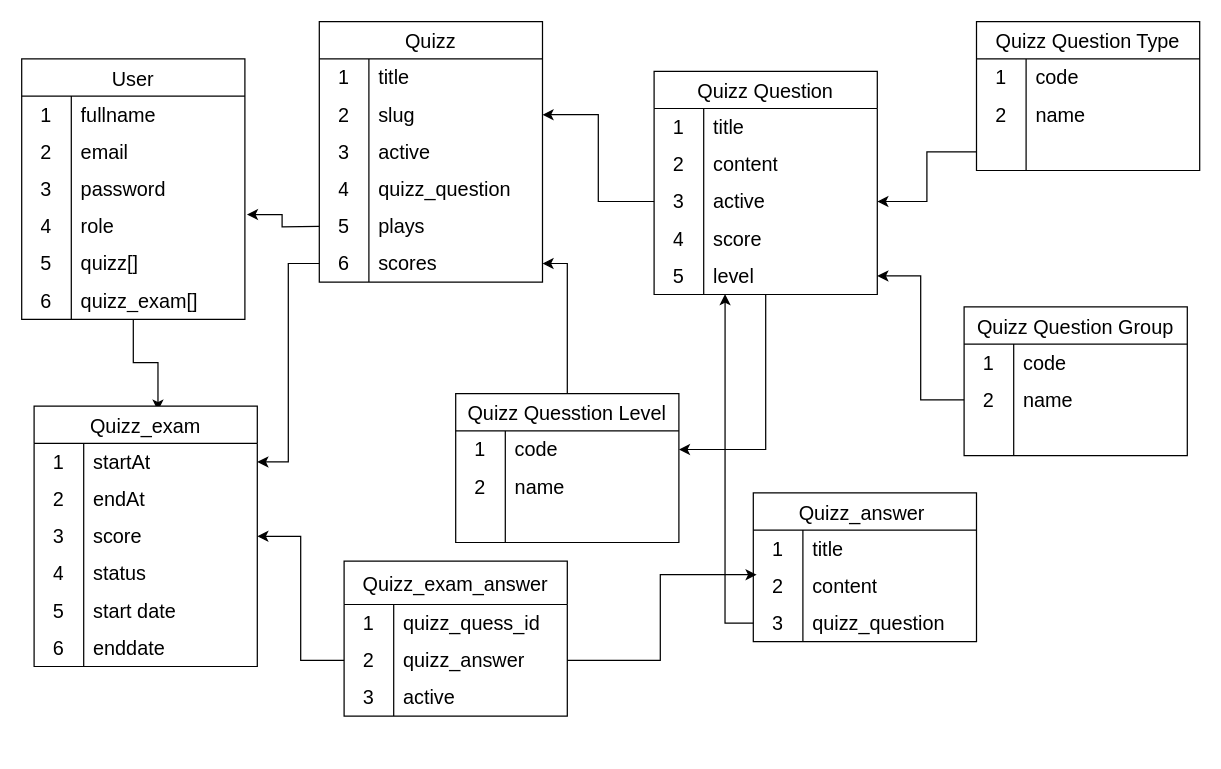
dangtienhungdev/porfolio-sale-course keeps this draw.io diagram as Biểu đồ không có tiêu đề.drawio. Above is the earlier version. Source tidied: cells renumbered, new cells numbered last; positions are measured from the earlier drawing's top-left corner, leaving out a move shared by most shapes. Both pictures are drawn from the tidied source at 124%, with x=0, y=0 at pixel (21, 21).
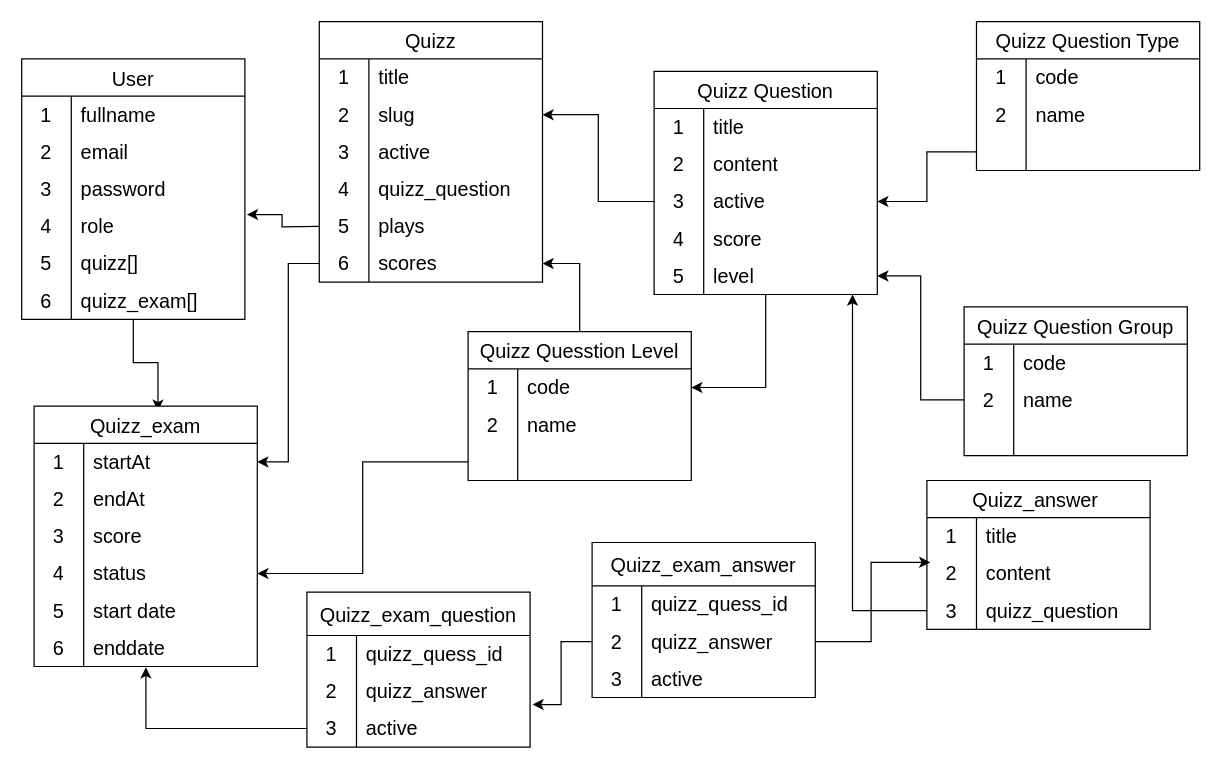
Above is the later version.

Commit message:
quizizz kpim

Unchanged cells that the change refers to:
```xml
<mxCell id="36" style="shape=tableRow;horizontal=0;startSize=0;swimlaneHead=0;swimlaneBody=0;top=0;left=0;bottom=0;right=0;fillColor=none;points=[[0,0.5],[1,0.5]];portConstraint=eastwest;strokeColor=inherit;fontSize=16;" parent="23" vertex="1">
  <mxGeometry y="150" width="180" height="30" as="geometry" />
</mxCell>
<mxCell id="46" style="shape=tableRow;horizontal=0;startSize=0;swimlaneHead=0;swimlaneBody=0;top=0;left=0;bottom=0;right=0;fillColor=none;points=[[0,0.5],[1,0.5]];portConstraint=eastwest;strokeColor=inherit;fontSize=16;" parent="39" vertex="1">
  <mxGeometry y="90" width="180" height="30" as="geometry" />
</mxCell>
<mxCell id="49" style="shape=tableRow;horizontal=0;startSize=0;swimlaneHead=0;swimlaneBody=0;top=0;left=0;bottom=0;right=0;fillColor=none;points=[[0,0.5],[1,0.5]];portConstraint=eastwest;strokeColor=inherit;fontSize=16;" parent="39" vertex="1">
  <mxGeometry y="120" width="180" height="30" as="geometry" />
</mxCell>
<mxCell id="55" style="shape=tableRow;horizontal=0;startSize=0;swimlaneHead=0;swimlaneBody=0;top=0;left=0;bottom=0;right=0;fillColor=none;points=[[0,0.5],[1,0.5]];portConstraint=eastwest;strokeColor=inherit;fontSize=16;" parent="39" vertex="1">
  <mxGeometry y="180" width="180" height="30" as="geometry" />
</mxCell>
<mxCell id="86" style="shape=tableRow;horizontal=0;startSize=0;swimlaneHead=0;swimlaneBody=0;top=0;left=0;bottom=0;right=0;fillColor=none;points=[[0,0.5],[1,0.5]];portConstraint=eastwest;strokeColor=inherit;fontSize=16;" parent="79" vertex="1">
  <mxGeometry y="90" width="180" height="30" as="geometry" />
</mxCell>
<mxCell id="121" style="shape=tableRow;horizontal=0;startSize=0;swimlaneHead=0;swimlaneBody=0;top=0;left=0;bottom=0;right=0;fillColor=none;points=[[0,0.5],[1,0.5]];portConstraint=eastwest;strokeColor=inherit;fontSize=16;" parent="114" vertex="1">
  <mxGeometry y="90" width="180" height="30" as="geometry" />
</mxCell>
<mxCell id="129" style="shape=tableRow;horizontal=0;startSize=0;swimlaneHead=0;swimlaneBody=0;top=0;left=0;bottom=0;right=0;fillColor=none;points=[[0,0.5],[1,0.5]];portConstraint=eastwest;strokeColor=inherit;fontSize=16;" parent="125" vertex="1">
  <mxGeometry y="65" width="180" height="30" as="geometry" />
</mxCell>
```

Diff of the diagram source:
```diff
@@
     <mxCell id="79" value="Quizz Quesstion Level" style="shape=table;startSize=30;childLayout=tableLayout;rowLines=0;fontStyle=0;strokeColor=default;fontSize=16;" parent="1" vertex="1">
-      <mxGeometry x="350" y="300" width="180" height="120" as="geometry" />
+      <mxGeometry x="360" y="250" width="180" height="120" as="geometry" />
     </mxCell>
@@
     <mxCell id="114" value="Quizz_answer " style="shape=table;startSize=30;childLayout=tableLayout;rowLines=0;fontStyle=0;strokeColor=default;fontSize=16;" parent="1" vertex="1">
-      <mxGeometry x="590" y="380" width="180" height="120" as="geometry" />
+      <mxGeometry x="730" y="370" width="180" height="120" as="geometry" />
     </mxCell>
@@
-    <mxCell id="124" style="edgeStyle=orthogonalEdgeStyle;rounded=0;jettySize=auto;html=1;entryX=0.318;entryY=0.987;entryDx=0;entryDy=0;entryPerimeter=0;" parent="1" edge="1" source="121" target="36">
-      <mxGeometry relative="1" as="geometry" />
+    <mxCell id="124" style="edgeStyle=orthogonalEdgeStyle;rounded=0;jettySize=auto;html=1;" parent="1" edge="1" source="121">
+      <mxGeometry relative="1" as="geometry">
+        <mxPoint x="670" y="220" as="targetPoint" />
+        <Array as="points">
+          <mxPoint x="670" y="475" />
+          <mxPoint x="670" y="220" />
+        </Array>
+      </mxGeometry>
     </mxCell>
     <mxCell id="125" value="Quizz_exam_answer" style="shape=table;startSize=35;childLayout=tableLayout;rowLines=0;fontStyle=0;strokeColor=default;fontSize=16;" parent="1" vertex="1">
-      <mxGeometry x="260" y="435" width="180" height="125" as="geometry" />
+      <mxGeometry x="460" y="420" width="180" height="125" as="geometry" />
     </mxCell>
@@
-    <mxCell id="135" style="edgeStyle=orthogonalEdgeStyle;rounded=0;jettySize=auto;html=1;entryX=1;entryY=0.5;entryDx=0;entryDy=0;" parent="1" edge="1" source="129" target="46">
+    <mxCell id="135" style="edgeStyle=orthogonalEdgeStyle;rounded=0;jettySize=auto;html=1;entryX=1.011;entryY=-0.144;entryDx=0;entryDy=0;entryPerimeter=0;" parent="1" edge="1" source="129" target="144">
       <mxGeometry relative="1" as="geometry" />
     </mxCell>
@@
+    <mxCell id="137" value="Quizz_exam_question" style="shape=table;startSize=35;childLayout=tableLayout;rowLines=0;fontStyle=0;strokeColor=default;fontSize=16;" parent="1" vertex="1">
+      <mxGeometry x="230" y="460" width="180" height="125" as="geometry" />
+    </mxCell>
+    <mxCell id="138" style="shape=tableRow;horizontal=0;startSize=0;swimlaneHead=0;swimlaneBody=0;top=0;left=0;bottom=0;right=0;fillColor=none;strokeColor=inherit;fontSize=16;" parent="137" vertex="1">
+      <mxGeometry y="35" width="180" height="30" as="geometry" />
+    </mxCell>
+    <mxCell id="139" value="1" style="shape=partialRectangle;html=1;whiteSpace=wrap;fillColor=none;top=0;left=0;bottom=0;right=0;overflow=hidden;strokeColor=inherit;fontSize=16;" parent="138" vertex="1">
+      <mxGeometry width="40" height="30" as="geometry" />
+    </mxCell>
+    <mxCell id="140" value="quizz_quess_id" style="shape=partialRectangle;html=1;whiteSpace=wrap;fillColor=none;top=0;left=0;bottom=0;right=0;align=left;spacingLeft=6;overflow=hidden;strokeColor=inherit;fontSize=16;" parent="138" vertex="1">
+      <mxGeometry x="40" width="140" height="30" as="geometry" />
+    </mxCell>
+    <mxCell id="141" style="shape=tableRow;horizontal=0;startSize=0;swimlaneHead=0;swimlaneBody=0;top=0;left=0;bottom=0;right=0;fillColor=none;strokeColor=inherit;fontSize=16;" parent="137" vertex="1">
+      <mxGeometry y="65" width="180" height="30" as="geometry" />
+    </mxCell>
+    <mxCell id="142" value="2" style="shape=partialRectangle;html=1;whiteSpace=wrap;fillColor=none;top=0;left=0;bottom=0;right=0;overflow=hidden;strokeColor=inherit;fontSize=16;" parent="141" vertex="1">
+      <mxGeometry width="40" height="30" as="geometry" />
+    </mxCell>
+    <mxCell id="143" value="quizz_answer" style="shape=partialRectangle;html=1;whiteSpace=wrap;fillColor=none;top=0;left=0;bottom=0;right=0;align=left;spacingLeft=6;overflow=hidden;strokeColor=inherit;fontSize=16;" parent="141" vertex="1">
+      <mxGeometry x="40" width="140" height="30" as="geometry" />
+    </mxCell>
+    <mxCell id="144" style="shape=tableRow;horizontal=0;startSize=0;swimlaneHead=0;swimlaneBody=0;top=0;left=0;bottom=0;right=0;fillColor=none;points=[[0,0.5],[1,0.5]];portConstraint=eastwest;strokeColor=inherit;fontSize=16;" parent="137" vertex="1">
+      <mxGeometry y="95" width="180" height="30" as="geometry" />
+    </mxCell>
+    <mxCell id="145" value="3" style="shape=partialRectangle;html=1;whiteSpace=wrap;fillColor=none;top=0;left=0;bottom=0;right=0;overflow=hidden;strokeColor=inherit;fontSize=16;" parent="144" vertex="1">
+      <mxGeometry width="40" height="30" as="geometry" />
+    </mxCell>
+    <mxCell id="146" value="active" style="shape=partialRectangle;html=1;whiteSpace=wrap;fillColor=none;top=0;left=0;bottom=0;right=0;align=left;spacingLeft=6;overflow=hidden;strokeColor=inherit;fontSize=16;" parent="144" vertex="1">
+      <mxGeometry x="40" width="140" height="30" as="geometry" />
+    </mxCell>
+    <mxCell id="147" style="edgeStyle=orthogonalEdgeStyle;rounded=0;jettySize=auto;html=1;entryX=0.501;entryY=1.022;entryDx=0;entryDy=0;entryPerimeter=0;" parent="1" edge="1" source="144" target="55">
+      <mxGeometry relative="1" as="geometry" />
+    </mxCell>
+    <mxCell id="148" style="edgeStyle=orthogonalEdgeStyle;rounded=0;jettySize=auto;html=1;entryX=1;entryY=0.5;entryDx=0;entryDy=0;" parent="1" edge="1" source="86" target="49">
+      <mxGeometry relative="1" as="geometry" />
+    </mxCell>
```
